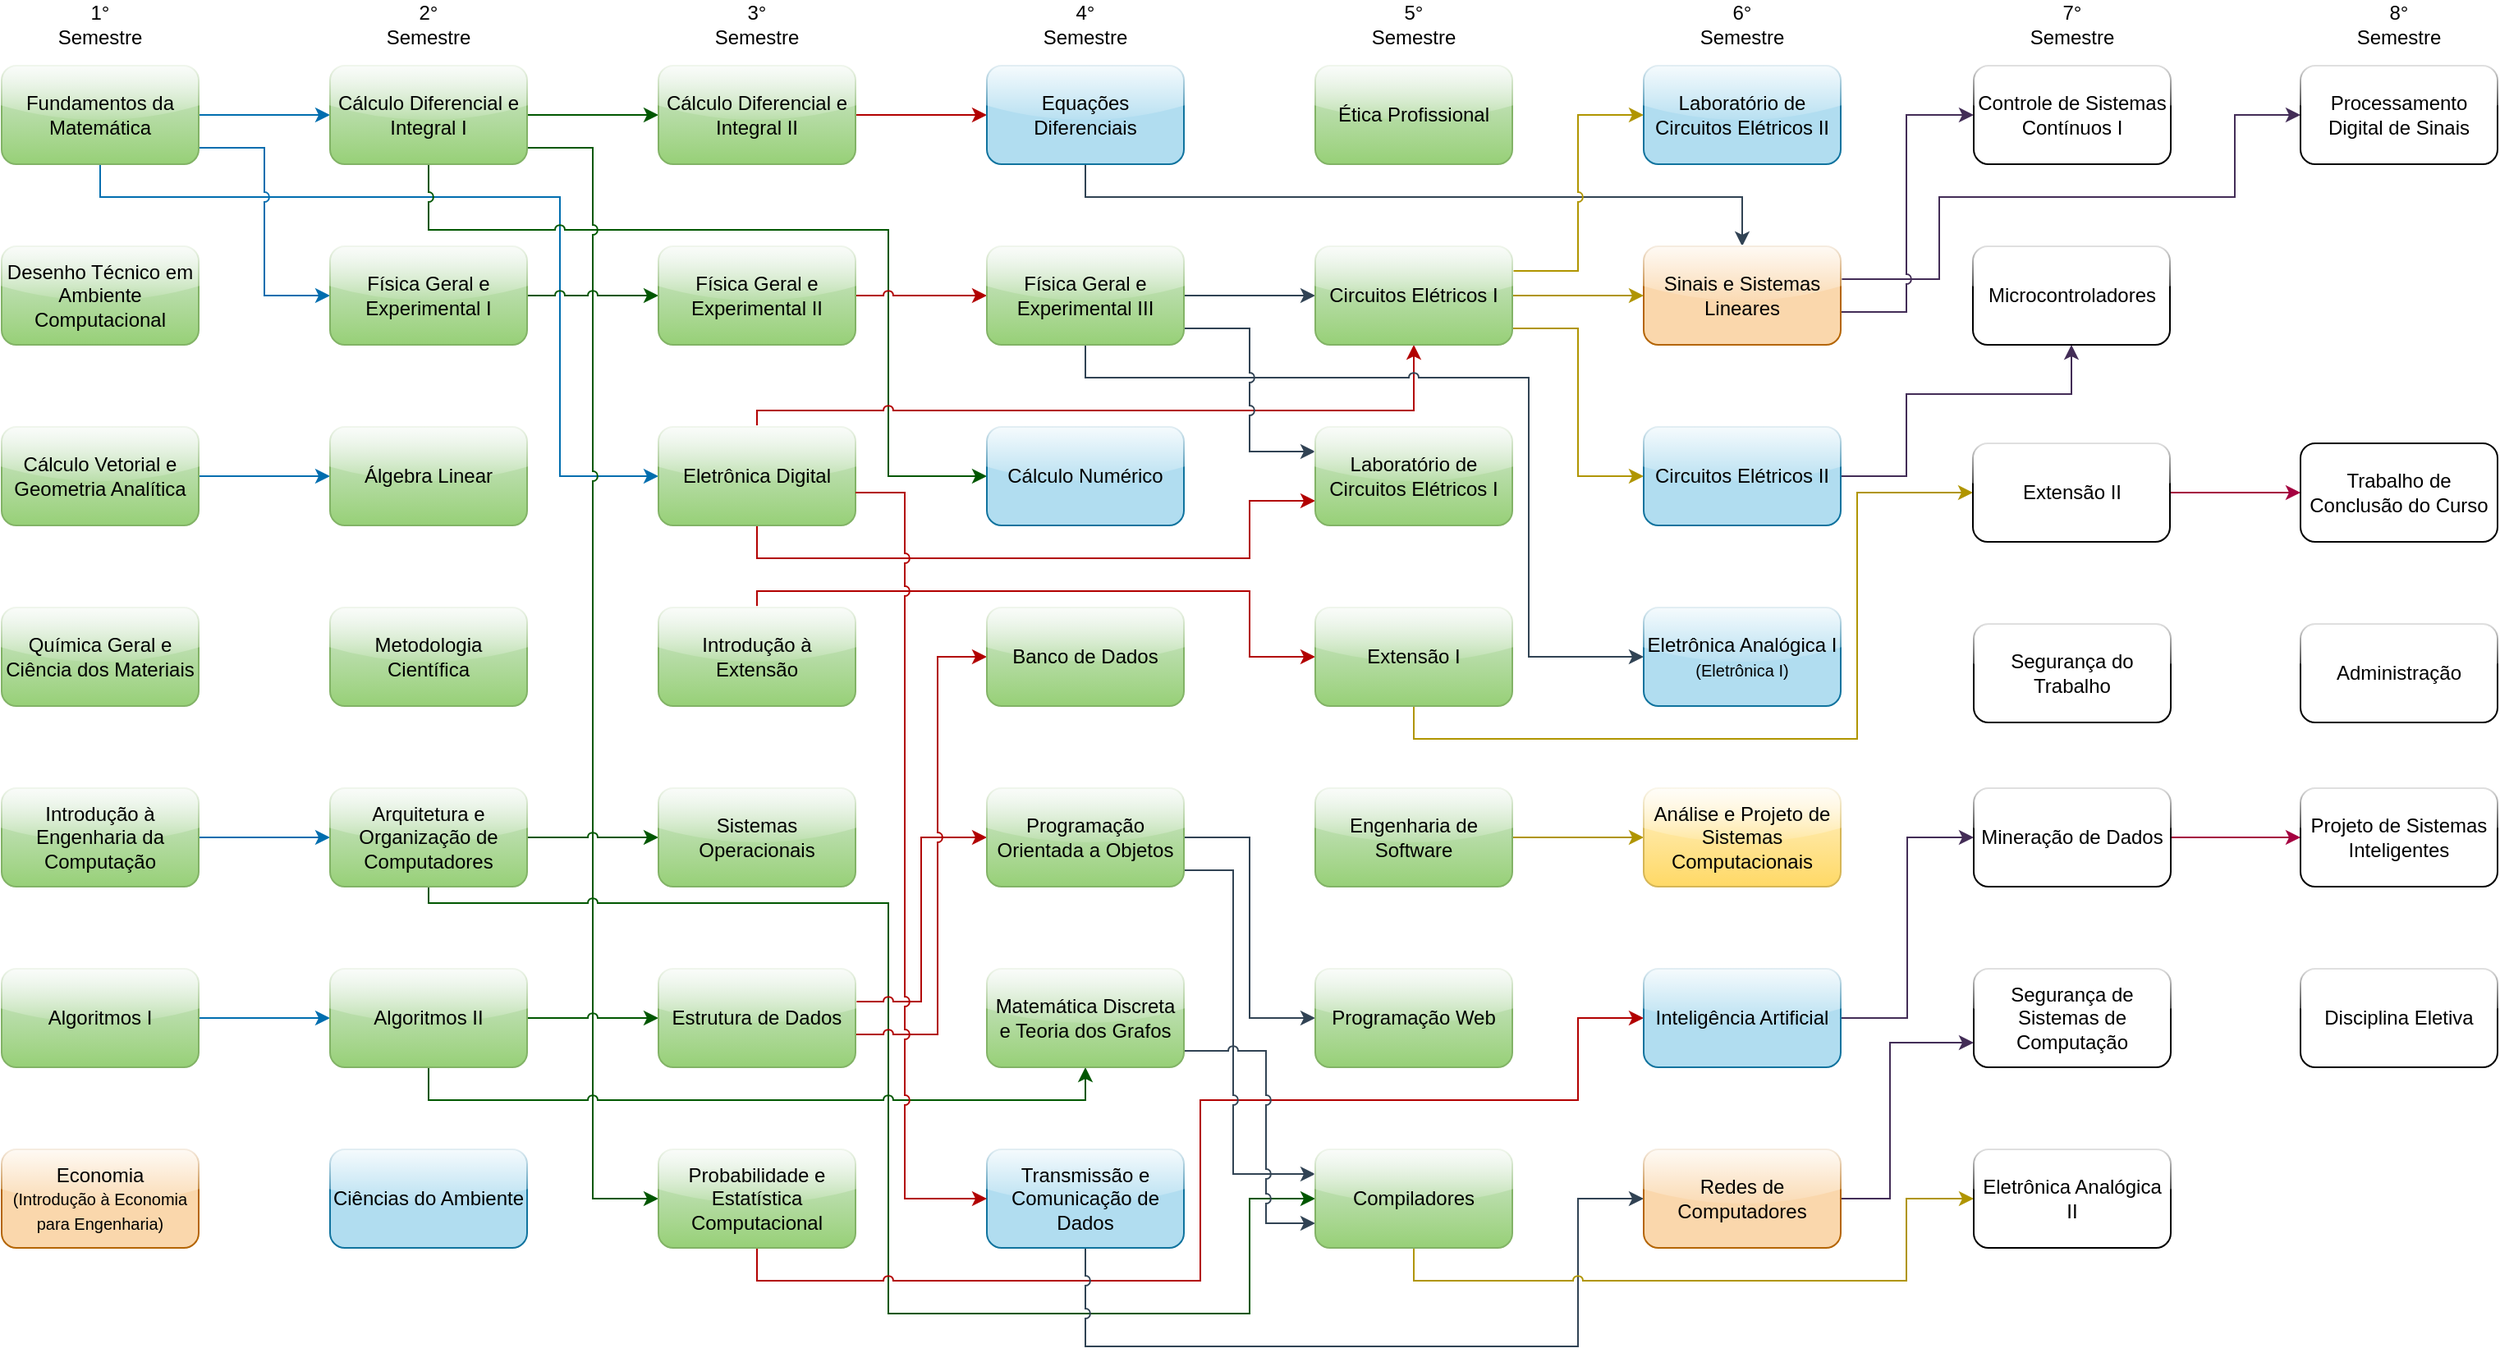
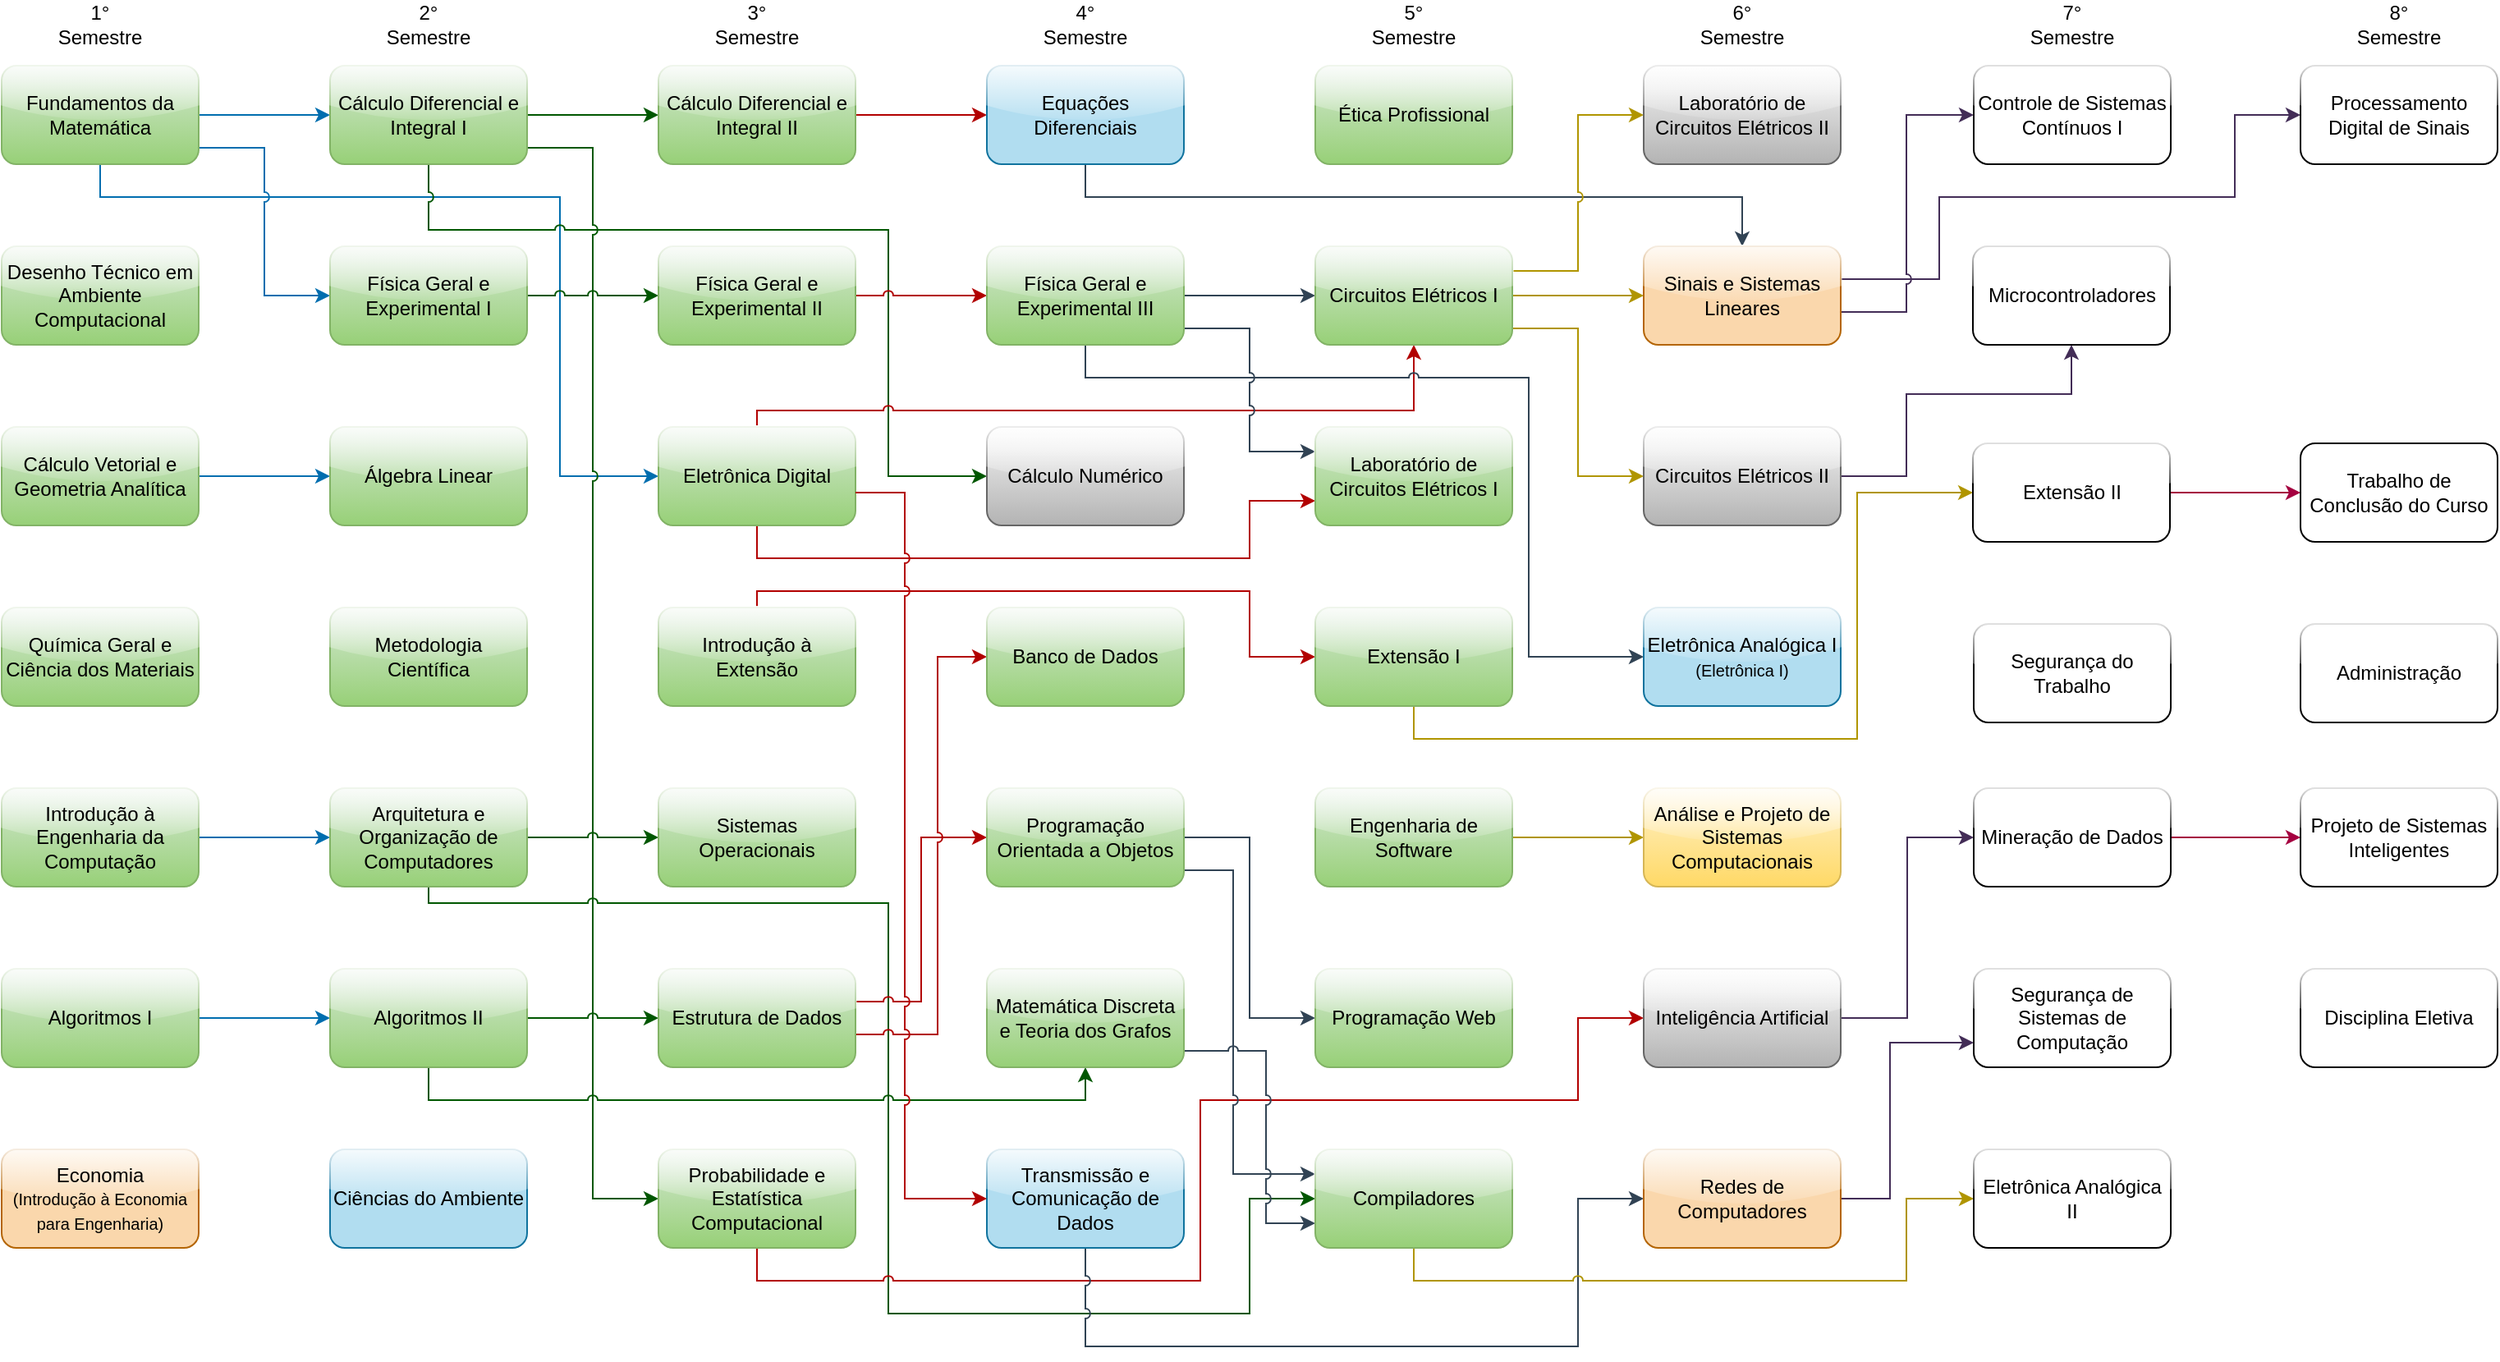
- <mxfile host="app.diagrams.net" agent="Mozilla/5.0 (Windows NT 10.0; Win64; x64; rv:148.0) Gecko/20100101 Firefox/148.0" version="29.3.8">
+ <mxfile host="app.diagrams.net" agent="Mozilla/5.0 (Windows NT 10.0; Win64; x64; rv:148.0) Gecko/20100101 Firefox/148.0">
  <diagram name="Página-1" id="1_IcvphOG9MH5CT4vIaf">
-     <mxGraphModel dx="443" dy="236" grid="1" gridSize="10" guides="1" tooltips="1" connect="1" arrows="1" fold="1" page="1" pageScale="1" pageWidth="827" pageHeight="1169" math="0" shadow="0">
+     <mxGraphModel dx="1574" dy="1014" grid="1" gridSize="10" guides="1" tooltips="1" connect="1" arrows="1" fold="1" page="1" pageScale="1" pageWidth="827" pageHeight="1169" math="0" shadow="0">
      <root>
        <mxCell id="0" />
        <mxCell id="1" parent="0" />
        <mxCell id="4kvXDWAPBxVA_NMJ1HBV-61" edge="1" parent="1" source="4kvXDWAPBxVA_NMJ1HBV-2" style="edgeStyle=orthogonalEdgeStyle;rounded=0;orthogonalLoop=1;jettySize=auto;html=1;entryX=0;entryY=0.5;entryDx=0;entryDy=0;fillColor=#1ba1e2;strokeColor=#006EAF;" target="4kvXDWAPBxVA_NMJ1HBV-9">
          <mxGeometry relative="1" as="geometry" />
        </mxCell>
        <mxCell id="4kvXDWAPBxVA_NMJ1HBV-62" edge="1" parent="1" source="4kvXDWAPBxVA_NMJ1HBV-2" style="edgeStyle=orthogonalEdgeStyle;rounded=0;orthogonalLoop=1;jettySize=auto;html=1;entryX=0;entryY=0.5;entryDx=0;entryDy=0;jumpStyle=arc;fillColor=#1ba1e2;strokeColor=#006EAF;" target="4kvXDWAPBxVA_NMJ1HBV-17">
          <mxGeometry relative="1" as="geometry">
            <Array as="points">
              <mxPoint x="100" y="370" />
              <mxPoint x="380" y="370" />
              <mxPoint x="380" y="540" />
            </Array>
          </mxGeometry>
        </mxCell>
        <mxCell id="4kvXDWAPBxVA_NMJ1HBV-63" edge="1" parent="1" source="4kvXDWAPBxVA_NMJ1HBV-2" style="edgeStyle=orthogonalEdgeStyle;rounded=0;orthogonalLoop=1;jettySize=auto;html=1;entryX=0;entryY=0.5;entryDx=0;entryDy=0;jumpStyle=arc;fillColor=#1ba1e2;strokeColor=#006EAF;" target="4kvXDWAPBxVA_NMJ1HBV-10">
          <mxGeometry relative="1" as="geometry">
            <Array as="points">
              <mxPoint x="200" y="340" />
              <mxPoint x="200" y="430" />
            </Array>
          </mxGeometry>
        </mxCell>
        <mxCell id="4kvXDWAPBxVA_NMJ1HBV-64" edge="1" parent="1" source="4kvXDWAPBxVA_NMJ1HBV-4" style="edgeStyle=orthogonalEdgeStyle;rounded=0;orthogonalLoop=1;jettySize=auto;html=1;entryX=0;entryY=0.5;entryDx=0;entryDy=0;fillColor=#1ba1e2;strokeColor=#006EAF;" target="4kvXDWAPBxVA_NMJ1HBV-11">
          <mxGeometry relative="1" as="geometry" />
        </mxCell>
        <mxCell id="4kvXDWAPBxVA_NMJ1HBV-65" edge="1" parent="1" source="4kvXDWAPBxVA_NMJ1HBV-6" style="edgeStyle=orthogonalEdgeStyle;rounded=0;orthogonalLoop=1;jettySize=auto;html=1;entryX=0;entryY=0.5;entryDx=0;entryDy=0;fillColor=#1ba1e2;strokeColor=#006EAF;" target="4kvXDWAPBxVA_NMJ1HBV-13">
          <mxGeometry relative="1" as="geometry" />
        </mxCell>
        <mxCell id="4kvXDWAPBxVA_NMJ1HBV-66" edge="1" parent="1" source="4kvXDWAPBxVA_NMJ1HBV-7" style="edgeStyle=orthogonalEdgeStyle;rounded=0;orthogonalLoop=1;jettySize=auto;html=1;entryX=0;entryY=0.5;entryDx=0;entryDy=0;fillColor=#1ba1e2;strokeColor=#006EAF;" target="4kvXDWAPBxVA_NMJ1HBV-14">
          <mxGeometry relative="1" as="geometry" />
        </mxCell>
        <mxCell id="4kvXDWAPBxVA_NMJ1HBV-67" edge="1" parent="1" source="4kvXDWAPBxVA_NMJ1HBV-9" style="edgeStyle=orthogonalEdgeStyle;rounded=0;orthogonalLoop=1;jettySize=auto;html=1;entryX=0;entryY=0.5;entryDx=0;entryDy=0;fillColor=#008a00;strokeColor=#005700;" target="4kvXDWAPBxVA_NMJ1HBV-22">
          <mxGeometry relative="1" as="geometry" />
        </mxCell>
        <mxCell id="4kvXDWAPBxVA_NMJ1HBV-68" edge="1" parent="1" source="4kvXDWAPBxVA_NMJ1HBV-9" style="edgeStyle=orthogonalEdgeStyle;rounded=0;orthogonalLoop=1;jettySize=auto;html=1;entryX=0;entryY=0.5;entryDx=0;entryDy=0;fillColor=#008a00;strokeColor=#005700;jumpStyle=arc;" target="4kvXDWAPBxVA_NMJ1HBV-25">
          <mxGeometry relative="1" as="geometry">
            <Array as="points">
              <mxPoint x="300" y="390" />
              <mxPoint x="580" y="390" />
              <mxPoint x="580" y="540" />
            </Array>
          </mxGeometry>
        </mxCell>
        <mxCell id="4kvXDWAPBxVA_NMJ1HBV-69" edge="1" parent="1" source="4kvXDWAPBxVA_NMJ1HBV-9" style="edgeStyle=orthogonalEdgeStyle;rounded=0;orthogonalLoop=1;jettySize=auto;html=1;entryX=0;entryY=0.5;entryDx=0;entryDy=0;fillColor=#008a00;strokeColor=#005700;jumpStyle=arc;" target="4kvXDWAPBxVA_NMJ1HBV-21">
          <mxGeometry relative="1" as="geometry">
            <Array as="points">
              <mxPoint x="400" y="340" />
              <mxPoint x="400" y="980" />
            </Array>
          </mxGeometry>
        </mxCell>
        <mxCell id="4kvXDWAPBxVA_NMJ1HBV-70" edge="1" parent="1" source="4kvXDWAPBxVA_NMJ1HBV-10" style="edgeStyle=orthogonalEdgeStyle;rounded=0;orthogonalLoop=1;jettySize=auto;html=1;entryX=0;entryY=0.5;entryDx=0;entryDy=0;fillColor=#008a00;strokeColor=#005700;jumpStyle=arc;" target="4kvXDWAPBxVA_NMJ1HBV-16">
          <mxGeometry relative="1" as="geometry" />
        </mxCell>
        <mxCell id="4kvXDWAPBxVA_NMJ1HBV-71" edge="1" parent="1" source="4kvXDWAPBxVA_NMJ1HBV-13" style="edgeStyle=orthogonalEdgeStyle;rounded=0;orthogonalLoop=1;jettySize=auto;html=1;entryX=0;entryY=0.5;entryDx=0;entryDy=0;fillColor=#008a00;strokeColor=#005700;jumpStyle=arc;" target="4kvXDWAPBxVA_NMJ1HBV-19">
          <mxGeometry relative="1" as="geometry" />
        </mxCell>
        <mxCell id="4kvXDWAPBxVA_NMJ1HBV-72" edge="1" parent="1" style="edgeStyle=orthogonalEdgeStyle;rounded=0;orthogonalLoop=1;jettySize=auto;html=1;entryX=0;entryY=0.5;entryDx=0;entryDy=0;fillColor=#008a00;strokeColor=#005700;jumpStyle=arc;" target="4kvXDWAPBxVA_NMJ1HBV-36">
          <mxGeometry relative="1" as="geometry">
            <Array as="points">
              <mxPoint x="300" y="800" />
              <mxPoint x="580" y="800" />
              <mxPoint x="580" y="1050" />
              <mxPoint x="800" y="1050" />
              <mxPoint x="800" y="980" />
            </Array>
            <mxPoint x="299.99999999999994" y="780" as="sourcePoint" />
            <mxPoint x="840" y="970" as="targetPoint" />
          </mxGeometry>
        </mxCell>
        <mxCell id="4kvXDWAPBxVA_NMJ1HBV-73" edge="1" parent="1" source="4kvXDWAPBxVA_NMJ1HBV-14" style="edgeStyle=orthogonalEdgeStyle;rounded=0;orthogonalLoop=1;jettySize=auto;html=1;fillColor=#008a00;strokeColor=#005700;jumpStyle=arc;" target="4kvXDWAPBxVA_NMJ1HBV-20">
          <mxGeometry relative="1" as="geometry" />
        </mxCell>
        <mxCell id="XGP6w65IYmNDbE1TMmtb-1" edge="1" parent="1" source="4kvXDWAPBxVA_NMJ1HBV-14" style="edgeStyle=orthogonalEdgeStyle;rounded=0;orthogonalLoop=1;jettySize=auto;html=1;entryX=0.5;entryY=1;entryDx=0;entryDy=0;fillColor=#008a00;strokeColor=#005700;jumpStyle=arc;" target="4kvXDWAPBxVA_NMJ1HBV-28">
          <mxGeometry relative="1" as="geometry">
            <Array as="points">
              <mxPoint x="300" y="920" />
              <mxPoint x="700" y="920" />
            </Array>
          </mxGeometry>
        </mxCell>
        <mxCell id="4kvXDWAPBxVA_NMJ1HBV-75" edge="1" parent="1" source="4kvXDWAPBxVA_NMJ1HBV-16" style="edgeStyle=orthogonalEdgeStyle;rounded=0;orthogonalLoop=1;jettySize=auto;html=1;entryX=0;entryY=0.5;entryDx=0;entryDy=0;fillColor=#e51400;strokeColor=#B20000;jumpStyle=arc;" target="4kvXDWAPBxVA_NMJ1HBV-24">
          <mxGeometry relative="1" as="geometry" />
        </mxCell>
        <mxCell id="4kvXDWAPBxVA_NMJ1HBV-76" edge="1" parent="1" source="4kvXDWAPBxVA_NMJ1HBV-17" style="edgeStyle=orthogonalEdgeStyle;rounded=0;orthogonalLoop=1;jettySize=auto;html=1;entryX=0.5;entryY=1;entryDx=0;entryDy=0;fillColor=#e51400;strokeColor=#B20000;jumpStyle=arc;" target="4kvXDWAPBxVA_NMJ1HBV-31">
          <mxGeometry relative="1" as="geometry">
            <Array as="points">
              <mxPoint x="500" y="500" />
              <mxPoint x="900" y="500" />
            </Array>
          </mxGeometry>
        </mxCell>
        <mxCell id="4kvXDWAPBxVA_NMJ1HBV-77" edge="1" parent="1" source="4kvXDWAPBxVA_NMJ1HBV-17" style="edgeStyle=orthogonalEdgeStyle;rounded=0;orthogonalLoop=1;jettySize=auto;html=1;entryX=0;entryY=0.75;entryDx=0;entryDy=0;fillColor=#e51400;strokeColor=#B20000;jumpStyle=arc;" target="4kvXDWAPBxVA_NMJ1HBV-32">
          <mxGeometry relative="1" as="geometry">
            <Array as="points">
              <mxPoint x="500" y="590" />
              <mxPoint x="800" y="590" />
              <mxPoint x="800" y="555" />
            </Array>
          </mxGeometry>
        </mxCell>
        <mxCell id="4kvXDWAPBxVA_NMJ1HBV-78" edge="1" parent="1" source="4kvXDWAPBxVA_NMJ1HBV-18" style="edgeStyle=orthogonalEdgeStyle;rounded=0;orthogonalLoop=1;jettySize=auto;html=1;entryX=0;entryY=0.5;entryDx=0;entryDy=0;fillColor=#e51400;strokeColor=#B20000;jumpStyle=arc;" target="4kvXDWAPBxVA_NMJ1HBV-33">
          <mxGeometry relative="1" as="geometry">
            <Array as="points">
              <mxPoint x="500" y="610" />
              <mxPoint x="800" y="610" />
              <mxPoint x="800" y="650" />
            </Array>
          </mxGeometry>
        </mxCell>
        <mxCell id="4kvXDWAPBxVA_NMJ1HBV-79" edge="1" parent="1" source="4kvXDWAPBxVA_NMJ1HBV-20" style="edgeStyle=orthogonalEdgeStyle;rounded=0;orthogonalLoop=1;jettySize=auto;html=1;entryX=0;entryY=0.5;entryDx=0;entryDy=0;fillColor=#e51400;strokeColor=#B20000;jumpStyle=arc;" target="4kvXDWAPBxVA_NMJ1HBV-27">
          <mxGeometry relative="1" as="geometry">
            <Array as="points">
              <mxPoint x="600" y="860" />
              <mxPoint x="600" y="760" />
            </Array>
          </mxGeometry>
        </mxCell>
        <mxCell id="4kvXDWAPBxVA_NMJ1HBV-80" edge="1" parent="1" source="4kvXDWAPBxVA_NMJ1HBV-20" style="edgeStyle=orthogonalEdgeStyle;rounded=0;orthogonalLoop=1;jettySize=auto;html=1;entryX=0;entryY=0.5;entryDx=0;entryDy=0;jumpStyle=arc;fillColor=#e51400;strokeColor=#B20000;" target="4kvXDWAPBxVA_NMJ1HBV-26">
          <mxGeometry relative="1" as="geometry">
            <Array as="points">
              <mxPoint x="610" y="880" />
              <mxPoint x="610" y="650" />
            </Array>
          </mxGeometry>
        </mxCell>
        <mxCell id="4kvXDWAPBxVA_NMJ1HBV-81" edge="1" parent="1" source="4kvXDWAPBxVA_NMJ1HBV-21" style="edgeStyle=orthogonalEdgeStyle;rounded=0;orthogonalLoop=1;jettySize=auto;html=1;entryX=0;entryY=0.5;entryDx=0;entryDy=0;jumpStyle=arc;fillColor=#e51400;strokeColor=#B20000;" target="4kvXDWAPBxVA_NMJ1HBV-42">
          <mxGeometry relative="1" as="geometry">
            <Array as="points">
              <mxPoint x="500" y="1030" />
              <mxPoint x="770" y="1030" />
              <mxPoint x="770" y="920" />
              <mxPoint x="1000" y="920" />
              <mxPoint x="1000" y="870" />
            </Array>
          </mxGeometry>
        </mxCell>
        <mxCell id="4kvXDWAPBxVA_NMJ1HBV-74" edge="1" parent="1" source="4kvXDWAPBxVA_NMJ1HBV-22" style="edgeStyle=orthogonalEdgeStyle;rounded=0;orthogonalLoop=1;jettySize=auto;html=1;entryX=0;entryY=0.5;entryDx=0;entryDy=0;fillColor=#e51400;strokeColor=#B20000;" target="4kvXDWAPBxVA_NMJ1HBV-23">
          <mxGeometry relative="1" as="geometry" />
        </mxCell>
        <mxCell id="4kvXDWAPBxVA_NMJ1HBV-92" edge="1" parent="1" source="4kvXDWAPBxVA_NMJ1HBV-23" style="edgeStyle=orthogonalEdgeStyle;rounded=0;orthogonalLoop=1;jettySize=auto;html=1;entryX=0.5;entryY=0;entryDx=0;entryDy=0;fillColor=#647687;strokeColor=#314354;jumpStyle=arc;" target="4kvXDWAPBxVA_NMJ1HBV-38">
          <mxGeometry relative="1" as="geometry">
            <Array as="points">
              <mxPoint x="700" y="370" />
              <mxPoint x="1100" y="370" />
            </Array>
          </mxGeometry>
        </mxCell>
        <mxCell id="4kvXDWAPBxVA_NMJ1HBV-83" edge="1" parent="1" source="4kvXDWAPBxVA_NMJ1HBV-24" style="edgeStyle=orthogonalEdgeStyle;rounded=0;orthogonalLoop=1;jettySize=auto;html=1;entryX=0;entryY=0.5;entryDx=0;entryDy=0;fillColor=#647687;strokeColor=#314354;jumpStyle=arc;" target="4kvXDWAPBxVA_NMJ1HBV-31">
          <mxGeometry relative="1" as="geometry" />
        </mxCell>
        <mxCell id="4kvXDWAPBxVA_NMJ1HBV-84" edge="1" parent="1" source="4kvXDWAPBxVA_NMJ1HBV-24" style="edgeStyle=orthogonalEdgeStyle;rounded=0;orthogonalLoop=1;jettySize=auto;html=1;entryX=0;entryY=0.5;entryDx=0;entryDy=0;jumpStyle=arc;fillColor=#647687;strokeColor=#314354;" target="4kvXDWAPBxVA_NMJ1HBV-40">
          <mxGeometry relative="1" as="geometry">
            <Array as="points">
              <mxPoint x="700" y="480" />
              <mxPoint x="970" y="480" />
              <mxPoint x="970" y="650" />
            </Array>
          </mxGeometry>
        </mxCell>
        <mxCell id="4kvXDWAPBxVA_NMJ1HBV-85" edge="1" parent="1" source="4kvXDWAPBxVA_NMJ1HBV-24" style="edgeStyle=orthogonalEdgeStyle;rounded=0;orthogonalLoop=1;jettySize=auto;html=1;entryX=0;entryY=0.25;entryDx=0;entryDy=0;jumpStyle=arc;fillColor=#647687;strokeColor=#314354;" target="4kvXDWAPBxVA_NMJ1HBV-32">
          <mxGeometry relative="1" as="geometry">
            <Array as="points">
              <mxPoint x="800" y="450" />
              <mxPoint x="800" y="525" />
            </Array>
          </mxGeometry>
        </mxCell>
        <mxCell id="4kvXDWAPBxVA_NMJ1HBV-86" edge="1" parent="1" source="4kvXDWAPBxVA_NMJ1HBV-27" style="edgeStyle=orthogonalEdgeStyle;rounded=0;orthogonalLoop=1;jettySize=auto;html=1;entryX=0;entryY=0.5;entryDx=0;entryDy=0;fillColor=#647687;strokeColor=#314354;jumpStyle=arc;" target="4kvXDWAPBxVA_NMJ1HBV-35">
          <mxGeometry relative="1" as="geometry" />
        </mxCell>
        <mxCell id="4kvXDWAPBxVA_NMJ1HBV-87" edge="1" parent="1" source="4kvXDWAPBxVA_NMJ1HBV-27" style="edgeStyle=orthogonalEdgeStyle;rounded=0;orthogonalLoop=1;jettySize=auto;html=1;entryX=0;entryY=0.25;entryDx=0;entryDy=0;jumpStyle=arc;fillColor=#647687;strokeColor=#314354;" target="4kvXDWAPBxVA_NMJ1HBV-36">
          <mxGeometry relative="1" as="geometry">
            <Array as="points">
              <mxPoint x="790" y="780" />
              <mxPoint x="790" y="965" />
            </Array>
          </mxGeometry>
        </mxCell>
        <mxCell id="4kvXDWAPBxVA_NMJ1HBV-88" edge="1" parent="1" source="4kvXDWAPBxVA_NMJ1HBV-28" style="edgeStyle=orthogonalEdgeStyle;rounded=0;orthogonalLoop=1;jettySize=auto;html=1;entryX=0;entryY=0.75;entryDx=0;entryDy=0;jumpStyle=arc;fillColor=#647687;strokeColor=#314354;" target="4kvXDWAPBxVA_NMJ1HBV-36">
          <mxGeometry relative="1" as="geometry">
            <Array as="points">
              <mxPoint x="810" y="890" />
              <mxPoint x="810" y="995" />
            </Array>
          </mxGeometry>
        </mxCell>
        <mxCell id="XGP6w65IYmNDbE1TMmtb-2" edge="1" parent="1" source="4kvXDWAPBxVA_NMJ1HBV-29" style="edgeStyle=orthogonalEdgeStyle;rounded=0;orthogonalLoop=1;jettySize=auto;html=1;entryX=0;entryY=0.5;entryDx=0;entryDy=0;jumpStyle=arc;fillColor=#647687;strokeColor=#314354;" target="4kvXDWAPBxVA_NMJ1HBV-43">
          <mxGeometry relative="1" as="geometry">
            <Array as="points">
              <mxPoint x="700" y="1070" />
              <mxPoint x="1000" y="1070" />
              <mxPoint x="1000" y="980" />
            </Array>
          </mxGeometry>
        </mxCell>
        <mxCell id="4kvXDWAPBxVA_NMJ1HBV-89" edge="1" parent="1" source="4kvXDWAPBxVA_NMJ1HBV-31" style="edgeStyle=orthogonalEdgeStyle;rounded=0;orthogonalLoop=1;jettySize=auto;html=1;fillColor=#e3c800;strokeColor=#B09500;jumpStyle=arc;entryX=0;entryY=0.5;entryDx=0;entryDy=0;" target="4kvXDWAPBxVA_NMJ1HBV-38">
          <mxGeometry relative="1" as="geometry">
            <Array as="points">
              <mxPoint x="1030" y="430" />
              <mxPoint x="1030" y="430" />
            </Array>
            <mxPoint x="1030" y="370" as="targetPoint" />
          </mxGeometry>
        </mxCell>
        <mxCell id="4kvXDWAPBxVA_NMJ1HBV-93" edge="1" parent="1" source="4kvXDWAPBxVA_NMJ1HBV-31" style="edgeStyle=orthogonalEdgeStyle;rounded=0;orthogonalLoop=1;jettySize=auto;html=1;entryX=0;entryY=0.5;entryDx=0;entryDy=0;fillColor=#e3c800;strokeColor=#B09500;jumpStyle=arc;exitX=1;exitY=0.25;exitDx=0;exitDy=0;" target="4kvXDWAPBxVA_NMJ1HBV-37">
          <mxGeometry relative="1" as="geometry">
            <Array as="points">
              <mxPoint x="1000" y="415" />
              <mxPoint x="1000" y="320" />
            </Array>
          </mxGeometry>
        </mxCell>
        <mxCell id="4kvXDWAPBxVA_NMJ1HBV-94" edge="1" parent="1" source="4kvXDWAPBxVA_NMJ1HBV-31" style="edgeStyle=orthogonalEdgeStyle;rounded=0;orthogonalLoop=1;jettySize=auto;html=1;entryX=0;entryY=0.5;entryDx=0;entryDy=0;fillColor=#e3c800;strokeColor=#B09500;jumpStyle=arc;" target="4kvXDWAPBxVA_NMJ1HBV-39">
          <mxGeometry relative="1" as="geometry">
            <Array as="points">
              <mxPoint x="1000" y="450" />
              <mxPoint x="1000" y="540" />
            </Array>
          </mxGeometry>
        </mxCell>
        <mxCell id="4kvXDWAPBxVA_NMJ1HBV-95" edge="1" parent="1" source="4kvXDWAPBxVA_NMJ1HBV-33" style="edgeStyle=orthogonalEdgeStyle;rounded=0;orthogonalLoop=1;jettySize=auto;html=1;entryX=0;entryY=0.5;entryDx=0;entryDy=0;fillColor=#e3c800;strokeColor=#B09500;jumpStyle=arc;" target="4kvXDWAPBxVA_NMJ1HBV-46">
          <mxGeometry relative="1" as="geometry">
            <Array as="points">
              <mxPoint x="900" y="700" />
              <mxPoint x="1170" y="700" />
              <mxPoint x="1170" y="550" />
            </Array>
          </mxGeometry>
        </mxCell>
        <mxCell id="4kvXDWAPBxVA_NMJ1HBV-105" edge="1" parent="1" source="4kvXDWAPBxVA_NMJ1HBV-34" style="edgeStyle=orthogonalEdgeStyle;rounded=0;orthogonalLoop=1;jettySize=auto;html=1;entryX=0;entryY=0.5;entryDx=0;entryDy=0;fillColor=#e3c800;strokeColor=#B09500;jumpStyle=arc;" target="4kvXDWAPBxVA_NMJ1HBV-41">
          <mxGeometry relative="1" as="geometry" />
        </mxCell>
        <mxCell id="4kvXDWAPBxVA_NMJ1HBV-96" edge="1" parent="1" source="4kvXDWAPBxVA_NMJ1HBV-36" style="edgeStyle=orthogonalEdgeStyle;rounded=0;orthogonalLoop=1;jettySize=auto;html=1;entryX=0;entryY=0.5;entryDx=0;entryDy=0;fillColor=#e3c800;strokeColor=#B09500;jumpStyle=arc;" target="4kvXDWAPBxVA_NMJ1HBV-50">
          <mxGeometry relative="1" as="geometry">
            <Array as="points">
              <mxPoint x="900" y="1030" />
              <mxPoint x="1200" y="1030" />
              <mxPoint x="1200" y="980" />
            </Array>
          </mxGeometry>
        </mxCell>
        <mxCell id="4kvXDWAPBxVA_NMJ1HBV-101" edge="1" parent="1" source="4kvXDWAPBxVA_NMJ1HBV-38" style="edgeStyle=orthogonalEdgeStyle;rounded=0;orthogonalLoop=1;jettySize=auto;html=1;entryX=0;entryY=0.5;entryDx=0;entryDy=0;jumpStyle=arc;fillColor=#76608a;strokeColor=#432D57;" target="4kvXDWAPBxVA_NMJ1HBV-51">
          <mxGeometry relative="1" as="geometry">
            <Array as="points">
              <mxPoint x="1220" y="420" />
              <mxPoint x="1220" y="370" />
              <mxPoint x="1400" y="370" />
              <mxPoint x="1400" y="320" />
            </Array>
          </mxGeometry>
        </mxCell>
        <mxCell id="4kvXDWAPBxVA_NMJ1HBV-104" edge="1" parent="1" source="4kvXDWAPBxVA_NMJ1HBV-38" style="edgeStyle=orthogonalEdgeStyle;rounded=0;orthogonalLoop=1;jettySize=auto;html=1;entryX=0;entryY=0.5;entryDx=0;entryDy=0;fillColor=#76608a;strokeColor=#432D57;jumpStyle=arc;" target="4kvXDWAPBxVA_NMJ1HBV-44">
          <mxGeometry relative="1" as="geometry">
            <Array as="points">
              <mxPoint x="1200" y="440" />
              <mxPoint x="1200" y="320" />
            </Array>
          </mxGeometry>
        </mxCell>
        <mxCell id="4kvXDWAPBxVA_NMJ1HBV-100" edge="1" parent="1" source="4kvXDWAPBxVA_NMJ1HBV-39" style="edgeStyle=orthogonalEdgeStyle;rounded=0;orthogonalLoop=1;jettySize=auto;html=1;entryX=0.5;entryY=1;entryDx=0;entryDy=0;fillColor=#76608a;strokeColor=#432D57;jumpStyle=arc;" target="4kvXDWAPBxVA_NMJ1HBV-45">
          <mxGeometry relative="1" as="geometry">
            <Array as="points">
              <mxPoint x="1200" y="540" />
              <mxPoint x="1200" y="490" />
              <mxPoint x="1301" y="490" />
            </Array>
          </mxGeometry>
        </mxCell>
        <mxCell id="4kvXDWAPBxVA_NMJ1HBV-99" edge="1" parent="1" source="4kvXDWAPBxVA_NMJ1HBV-42" style="edgeStyle=orthogonalEdgeStyle;rounded=0;orthogonalLoop=1;jettySize=auto;html=1;entryX=0;entryY=0.5;entryDx=0;entryDy=0;fillColor=#76608a;strokeColor=#432D57;jumpStyle=arc;" target="4kvXDWAPBxVA_NMJ1HBV-48">
          <mxGeometry relative="1" as="geometry" />
        </mxCell>
        <mxCell id="4kvXDWAPBxVA_NMJ1HBV-97" edge="1" parent="1" source="4kvXDWAPBxVA_NMJ1HBV-43" style="edgeStyle=orthogonalEdgeStyle;rounded=0;orthogonalLoop=1;jettySize=auto;html=1;fillColor=#76608a;strokeColor=#432D57;jumpStyle=arc;entryX=0;entryY=0.75;entryDx=0;entryDy=0;exitX=1;exitY=0.5;exitDx=0;exitDy=0;" target="4kvXDWAPBxVA_NMJ1HBV-49">
          <mxGeometry relative="1" as="geometry">
            <Array as="points">
              <mxPoint x="1190" y="980" />
              <mxPoint x="1190" y="885" />
            </Array>
            <mxPoint x="1240" y="900" as="targetPoint" />
          </mxGeometry>
        </mxCell>
        <mxCell id="4kvXDWAPBxVA_NMJ1HBV-102" edge="1" parent="1" source="4kvXDWAPBxVA_NMJ1HBV-46" style="edgeStyle=orthogonalEdgeStyle;rounded=0;orthogonalLoop=1;jettySize=auto;html=1;entryX=0;entryY=0.5;entryDx=0;entryDy=0;fillColor=#d80073;strokeColor=#A50040;" target="4kvXDWAPBxVA_NMJ1HBV-52">
          <mxGeometry relative="1" as="geometry" />
        </mxCell>
        <mxCell id="4kvXDWAPBxVA_NMJ1HBV-103" edge="1" parent="1" source="4kvXDWAPBxVA_NMJ1HBV-48" style="edgeStyle=orthogonalEdgeStyle;rounded=0;orthogonalLoop=1;jettySize=auto;html=1;entryX=0;entryY=0.5;entryDx=0;entryDy=0;fillColor=#d80073;strokeColor=#A50040;" target="4kvXDWAPBxVA_NMJ1HBV-54">
          <mxGeometry relative="1" as="geometry" />
        </mxCell>
        <mxCell id="XGP6w65IYmNDbE1TMmtb-12" parent="1" style="text;strokeColor=none;align=center;fillColor=none;html=1;verticalAlign=middle;whiteSpace=wrap;rounded=0;" value="&lt;div&gt;8° Semestre&lt;/div&gt;" vertex="1">
          <mxGeometry height="30" width="60" x="1470" y="250" as="geometry" />
        </mxCell>
        <mxCell id="XGP6w65IYmNDbE1TMmtb-13" connectable="0" parent="1" style="group" value="" vertex="1">
          <mxGeometry height="760" width="120" x="40" y="250" as="geometry" />
        </mxCell>
        <mxCell id="XGP6w65IYmNDbE1TMmtb-5" parent="XGP6w65IYmNDbE1TMmtb-13" style="text;strokeColor=none;align=center;fillColor=none;html=1;verticalAlign=middle;whiteSpace=wrap;rounded=0;" value="1° Semestre" vertex="1">
          <mxGeometry height="30" width="60" x="30" as="geometry" />
        </mxCell>
        <mxCell id="4kvXDWAPBxVA_NMJ1HBV-2" parent="XGP6w65IYmNDbE1TMmtb-13" style="rounded=1;whiteSpace=wrap;html=1;glass=1;shadow=0;fillColor=#d5e8d4;strokeColor=#82b366;gradientColor=#97d077;" value="Fundamentos da Matemática" vertex="1">
          <mxGeometry height="60" width="120" y="40" as="geometry" />
        </mxCell>
        <mxCell id="4kvXDWAPBxVA_NMJ1HBV-3" parent="XGP6w65IYmNDbE1TMmtb-13" style="rounded=1;whiteSpace=wrap;html=1;glass=1;fillColor=#d5e8d4;strokeColor=#82b366;gradientColor=#97d077;" value="Desenho Técnico em Ambiente Computacional" vertex="1">
          <mxGeometry height="60" width="120" y="150" as="geometry" />
        </mxCell>
        <mxCell id="4kvXDWAPBxVA_NMJ1HBV-4" parent="XGP6w65IYmNDbE1TMmtb-13" style="rounded=1;whiteSpace=wrap;html=1;glass=1;fillColor=#d5e8d4;strokeColor=#82b366;gradientColor=#97d077;" value="Cálculo Vetorial e Geometria Analítica" vertex="1">
          <mxGeometry height="60" width="120" y="260" as="geometry" />
        </mxCell>
        <mxCell id="4kvXDWAPBxVA_NMJ1HBV-5" parent="XGP6w65IYmNDbE1TMmtb-13" style="rounded=1;whiteSpace=wrap;html=1;glass=1;fillColor=#d5e8d4;strokeColor=#82b366;gradientColor=#97d077;" value="&lt;div&gt;Química Geral e Ciência dos Materiais&lt;/div&gt;" vertex="1">
          <mxGeometry height="60" width="120" y="370" as="geometry" />
        </mxCell>
        <mxCell id="4kvXDWAPBxVA_NMJ1HBV-6" parent="XGP6w65IYmNDbE1TMmtb-13" style="rounded=1;whiteSpace=wrap;html=1;glass=1;fillColor=#d5e8d4;strokeColor=#82b366;gradientColor=#97d077;" value="Introdução à Engenharia da Computação" vertex="1">
          <mxGeometry height="60" width="120" y="480" as="geometry" />
        </mxCell>
        <mxCell id="4kvXDWAPBxVA_NMJ1HBV-7" parent="XGP6w65IYmNDbE1TMmtb-13" style="rounded=1;whiteSpace=wrap;html=1;glass=1;fillColor=#d5e8d4;strokeColor=#82b366;gradientColor=#97d077;" value="Algoritmos I" vertex="1">
          <mxGeometry height="60" width="120" y="590" as="geometry" />
        </mxCell>
        <mxCell id="4kvXDWAPBxVA_NMJ1HBV-8" parent="XGP6w65IYmNDbE1TMmtb-13" style="rounded=1;whiteSpace=wrap;html=1;glass=1;fillColor=#fad7ac;strokeColor=#b46504;" value="Economia&lt;br&gt;&lt;div&gt;&lt;font style=&quot;font-size: 10px;&quot;&gt;(Introdução à Economia para Engenharia)&lt;/font&gt;&lt;/div&gt;" vertex="1">
          <mxGeometry height="60" width="120" y="700" as="geometry" />
        </mxCell>
        <mxCell id="XGP6w65IYmNDbE1TMmtb-14" connectable="0" parent="1" style="group" value="" vertex="1">
          <mxGeometry height="760" width="120" x="240" y="250" as="geometry" />
        </mxCell>
        <mxCell id="4kvXDWAPBxVA_NMJ1HBV-9" parent="XGP6w65IYmNDbE1TMmtb-14" style="rounded=1;whiteSpace=wrap;html=1;glass=1;fillColor=#d5e8d4;strokeColor=#82b366;gradientColor=#97d077;" value="&lt;div&gt;Cálculo Diferencial e Integral I&lt;/div&gt;" vertex="1">
          <mxGeometry height="60" width="120" y="40" as="geometry" />
        </mxCell>
        <mxCell id="4kvXDWAPBxVA_NMJ1HBV-10" parent="XGP6w65IYmNDbE1TMmtb-14" style="rounded=1;whiteSpace=wrap;html=1;glass=1;fillColor=#d5e8d4;strokeColor=#82b366;gradientColor=#97d077;" value="&lt;div&gt;Física Geral e Experimental I&lt;/div&gt;" vertex="1">
          <mxGeometry height="60" width="120" y="150" as="geometry" />
        </mxCell>
        <mxCell id="4kvXDWAPBxVA_NMJ1HBV-11" parent="XGP6w65IYmNDbE1TMmtb-14" style="rounded=1;whiteSpace=wrap;html=1;glass=1;fillColor=#d5e8d4;strokeColor=#82b366;gradientColor=#97d077;" value="Álgebra Linear" vertex="1">
          <mxGeometry height="60" width="120" y="260" as="geometry" />
        </mxCell>
        <mxCell id="4kvXDWAPBxVA_NMJ1HBV-12" parent="XGP6w65IYmNDbE1TMmtb-14" style="rounded=1;whiteSpace=wrap;html=1;glass=1;fillColor=#d5e8d4;strokeColor=#82b366;gradientColor=#97d077;" value="Metodologia Científica" vertex="1">
          <mxGeometry height="60" width="120" y="370" as="geometry" />
        </mxCell>
        <mxCell id="4kvXDWAPBxVA_NMJ1HBV-13" parent="XGP6w65IYmNDbE1TMmtb-14" style="rounded=1;whiteSpace=wrap;html=1;glass=1;fillColor=#d5e8d4;strokeColor=#82b366;gradientColor=#97d077;" value="Arquitetura e Organização de Computadores" vertex="1">
          <mxGeometry height="60" width="120" y="480" as="geometry" />
        </mxCell>
        <mxCell id="4kvXDWAPBxVA_NMJ1HBV-14" parent="XGP6w65IYmNDbE1TMmtb-14" style="rounded=1;whiteSpace=wrap;html=1;glass=1;fillColor=#d5e8d4;strokeColor=#82b366;gradientColor=#97d077;" value="&lt;div&gt;Algoritmos II&lt;/div&gt;" vertex="1">
          <mxGeometry height="60" width="120" y="590" as="geometry" />
        </mxCell>
        <mxCell id="4kvXDWAPBxVA_NMJ1HBV-15" parent="XGP6w65IYmNDbE1TMmtb-14" style="rounded=1;whiteSpace=wrap;html=1;glass=1;fillColor=#b1ddf0;strokeColor=#10739e;" value="&lt;div&gt;Ciências do Ambiente&lt;/div&gt;" vertex="1">
          <mxGeometry height="60" width="120" y="700" as="geometry" />
        </mxCell>
        <mxCell id="XGP6w65IYmNDbE1TMmtb-6" parent="XGP6w65IYmNDbE1TMmtb-14" style="text;strokeColor=none;align=center;fillColor=none;html=1;verticalAlign=middle;whiteSpace=wrap;rounded=0;" value="2° Semestre" vertex="1">
          <mxGeometry height="30" width="60" x="30" as="geometry" />
        </mxCell>
        <mxCell id="XGP6w65IYmNDbE1TMmtb-15" connectable="0" parent="1" style="group" value="" vertex="1">
          <mxGeometry height="760" width="120" x="440" y="250" as="geometry" />
        </mxCell>
        <mxCell id="4kvXDWAPBxVA_NMJ1HBV-16" parent="XGP6w65IYmNDbE1TMmtb-15" style="rounded=1;whiteSpace=wrap;html=1;glass=1;fillColor=#d5e8d4;strokeColor=#82b366;gradientColor=#97d077;" value="&lt;div&gt;Física Geral e Experimental II&lt;/div&gt;" vertex="1">
          <mxGeometry height="60" width="120" y="150" as="geometry" />
        </mxCell>
        <mxCell id="4kvXDWAPBxVA_NMJ1HBV-17" parent="XGP6w65IYmNDbE1TMmtb-15" style="rounded=1;whiteSpace=wrap;html=1;glass=1;fillColor=#d5e8d4;strokeColor=#82b366;gradientColor=#97d077;" value="Eletrônica Digital" vertex="1">
          <mxGeometry height="60" width="120" y="260" as="geometry" />
        </mxCell>
        <mxCell id="4kvXDWAPBxVA_NMJ1HBV-18" parent="XGP6w65IYmNDbE1TMmtb-15" style="rounded=1;whiteSpace=wrap;html=1;glass=1;fillColor=#d5e8d4;strokeColor=#82b366;gradientColor=#97d077;" value="Introdução à Extensão" vertex="1">
          <mxGeometry height="60" width="120" y="370" as="geometry" />
        </mxCell>
        <mxCell id="4kvXDWAPBxVA_NMJ1HBV-19" parent="XGP6w65IYmNDbE1TMmtb-15" style="rounded=1;whiteSpace=wrap;html=1;glass=1;fillColor=#d5e8d4;strokeColor=#82b366;gradientColor=#97d077;" value="Sistemas Operacionais" vertex="1">
          <mxGeometry height="60" width="120" y="480" as="geometry" />
        </mxCell>
        <mxCell id="4kvXDWAPBxVA_NMJ1HBV-20" parent="XGP6w65IYmNDbE1TMmtb-15" style="rounded=1;whiteSpace=wrap;html=1;glass=1;fillColor=#d5e8d4;strokeColor=#82b366;gradientColor=#97d077;" value="Estrutura de Dados" vertex="1">
          <mxGeometry height="60" width="120" y="590" as="geometry" />
        </mxCell>
        <mxCell id="4kvXDWAPBxVA_NMJ1HBV-21" parent="XGP6w65IYmNDbE1TMmtb-15" style="rounded=1;whiteSpace=wrap;html=1;glass=1;fillColor=#d5e8d4;strokeColor=#82b366;gradientColor=#97d077;" value="Probabilidade e Estatística Computacional" vertex="1">
          <mxGeometry height="60" width="120" y="700" as="geometry" />
        </mxCell>
        <mxCell id="4kvXDWAPBxVA_NMJ1HBV-22" parent="XGP6w65IYmNDbE1TMmtb-15" style="rounded=1;whiteSpace=wrap;html=1;glass=1;fillColor=#d5e8d4;strokeColor=#82b366;gradientColor=#97d077;" value="&lt;div&gt;Cálculo Diferencial e Integral II&lt;/div&gt;" vertex="1">
          <mxGeometry height="60" width="120" y="40" as="geometry" />
        </mxCell>
        <mxCell id="XGP6w65IYmNDbE1TMmtb-7" parent="XGP6w65IYmNDbE1TMmtb-15" style="text;strokeColor=none;align=center;fillColor=none;html=1;verticalAlign=middle;whiteSpace=wrap;rounded=0;" value="3° Semestre" vertex="1">
          <mxGeometry height="30" width="60" x="30" as="geometry" />
        </mxCell>
        <mxCell id="XGP6w65IYmNDbE1TMmtb-16" connectable="0" parent="1" style="group" value="" vertex="1">
          <mxGeometry height="760" width="120" x="640" y="250" as="geometry" />
        </mxCell>
        <mxCell id="4kvXDWAPBxVA_NMJ1HBV-23" parent="XGP6w65IYmNDbE1TMmtb-16" style="rounded=1;whiteSpace=wrap;html=1;glass=1;fillColor=#b1ddf0;strokeColor=#10739e;" value="Equações Diferenciais" vertex="1">
          <mxGeometry height="60" width="120" y="40" as="geometry" />
        </mxCell>
        <mxCell id="4kvXDWAPBxVA_NMJ1HBV-24" parent="XGP6w65IYmNDbE1TMmtb-16" style="rounded=1;whiteSpace=wrap;html=1;glass=1;fillColor=#d5e8d4;strokeColor=#82b366;gradientColor=#97d077;" value="&lt;div&gt;Física Geral e Experimental III&lt;/div&gt;" vertex="1">
          <mxGeometry height="60" width="120" y="150" as="geometry" />
        </mxCell>
-         <mxCell id="4kvXDWAPBxVA_NMJ1HBV-25" parent="XGP6w65IYmNDbE1TMmtb-16" style="rounded=1;whiteSpace=wrap;html=1;glass=1;fillColor=#b1ddf0;strokeColor=#10739e;" value="Cálculo Numérico" vertex="1">
+         <mxCell id="4kvXDWAPBxVA_NMJ1HBV-25" parent="XGP6w65IYmNDbE1TMmtb-16" style="rounded=1;whiteSpace=wrap;html=1;glass=1;fillColor=#f5f5f5;strokeColor=#666666;gradientColor=#b3b3b3;" value="Cálculo Numérico" vertex="1">
          <mxGeometry height="60" width="120" y="260" as="geometry" />
        </mxCell>
        <mxCell id="4kvXDWAPBxVA_NMJ1HBV-26" parent="XGP6w65IYmNDbE1TMmtb-16" style="rounded=1;whiteSpace=wrap;html=1;glass=1;fillColor=#d5e8d4;strokeColor=#82b366;gradientColor=#97d077;" value="Banco de Dados" vertex="1">
          <mxGeometry height="60" width="120" y="370" as="geometry" />
        </mxCell>
        <mxCell id="4kvXDWAPBxVA_NMJ1HBV-27" parent="XGP6w65IYmNDbE1TMmtb-16" style="rounded=1;whiteSpace=wrap;html=1;glass=1;fillColor=#d5e8d4;strokeColor=#82b366;gradientColor=#97d077;" value="Programação Orientada a Objetos" vertex="1">
          <mxGeometry height="60" width="120" y="480" as="geometry" />
        </mxCell>
        <mxCell id="4kvXDWAPBxVA_NMJ1HBV-28" parent="XGP6w65IYmNDbE1TMmtb-16" style="rounded=1;whiteSpace=wrap;html=1;glass=1;fillColor=#d5e8d4;strokeColor=#82b366;gradientColor=#97d077;" value="Matemática Discreta e Teoria dos Grafos" vertex="1">
          <mxGeometry height="60" width="120" y="590" as="geometry" />
        </mxCell>
        <mxCell id="4kvXDWAPBxVA_NMJ1HBV-29" parent="XGP6w65IYmNDbE1TMmtb-16" style="rounded=1;whiteSpace=wrap;html=1;glass=1;fillColor=#b1ddf0;strokeColor=#10739e;" value="Transmissão e Comunicação de Dados" vertex="1">
          <mxGeometry height="60" width="120" y="700" as="geometry" />
        </mxCell>
        <mxCell id="XGP6w65IYmNDbE1TMmtb-8" parent="XGP6w65IYmNDbE1TMmtb-16" style="text;strokeColor=none;align=center;fillColor=none;html=1;verticalAlign=middle;whiteSpace=wrap;rounded=0;" value="4° Semestre" vertex="1">
          <mxGeometry height="30" width="60" x="30" as="geometry" />
        </mxCell>
        <mxCell id="XGP6w65IYmNDbE1TMmtb-17" connectable="0" parent="1" style="group" value="" vertex="1">
          <mxGeometry height="760" width="120" x="840" y="250" as="geometry" />
        </mxCell>
        <mxCell id="4kvXDWAPBxVA_NMJ1HBV-30" parent="XGP6w65IYmNDbE1TMmtb-17" style="rounded=1;whiteSpace=wrap;html=1;glass=1;fillColor=#d5e8d4;strokeColor=#82b366;gradientColor=#97d077;" value="Ética Profissional" vertex="1">
          <mxGeometry height="60" width="120" y="40" as="geometry" />
        </mxCell>
        <mxCell id="4kvXDWAPBxVA_NMJ1HBV-31" parent="XGP6w65IYmNDbE1TMmtb-17" style="rounded=1;whiteSpace=wrap;html=1;glass=1;fillColor=#d5e8d4;strokeColor=#82b366;gradientColor=#97d077;" value="Circuitos Elétricos I" vertex="1">
          <mxGeometry height="60" width="120" y="150" as="geometry" />
        </mxCell>
        <mxCell id="4kvXDWAPBxVA_NMJ1HBV-32" parent="XGP6w65IYmNDbE1TMmtb-17" style="rounded=1;whiteSpace=wrap;html=1;glass=1;fillColor=#d5e8d4;strokeColor=#82b366;gradientColor=#97d077;" value="Laboratório de Circuitos Elétricos I" vertex="1">
          <mxGeometry height="60" width="120" y="260" as="geometry" />
        </mxCell>
        <mxCell id="4kvXDWAPBxVA_NMJ1HBV-33" parent="XGP6w65IYmNDbE1TMmtb-17" style="rounded=1;whiteSpace=wrap;html=1;glass=1;fillColor=#d5e8d4;strokeColor=#82b366;gradientColor=#97d077;" value="Extensão I" vertex="1">
          <mxGeometry height="60" width="120" y="370" as="geometry" />
        </mxCell>
        <mxCell id="4kvXDWAPBxVA_NMJ1HBV-34" parent="XGP6w65IYmNDbE1TMmtb-17" style="rounded=1;whiteSpace=wrap;html=1;glass=1;fillColor=#d5e8d4;strokeColor=#82b366;gradientColor=#97d077;" value="Engenharia de Software" vertex="1">
          <mxGeometry height="60" width="120" y="480" as="geometry" />
        </mxCell>
        <mxCell id="4kvXDWAPBxVA_NMJ1HBV-35" parent="XGP6w65IYmNDbE1TMmtb-17" style="rounded=1;whiteSpace=wrap;html=1;glass=1;fillColor=#d5e8d4;strokeColor=#82b366;gradientColor=#97d077;" value="Programação Web" vertex="1">
          <mxGeometry height="60" width="120" y="590" as="geometry" />
        </mxCell>
        <mxCell id="4kvXDWAPBxVA_NMJ1HBV-36" parent="XGP6w65IYmNDbE1TMmtb-17" style="rounded=1;whiteSpace=wrap;html=1;glass=1;fillColor=#d5e8d4;strokeColor=#82b366;gradientColor=#97d077;" value="Compiladores" vertex="1">
          <mxGeometry height="60" width="120" y="700" as="geometry" />
        </mxCell>
        <mxCell id="XGP6w65IYmNDbE1TMmtb-9" parent="XGP6w65IYmNDbE1TMmtb-17" style="text;strokeColor=none;align=center;fillColor=none;html=1;verticalAlign=middle;whiteSpace=wrap;rounded=0;" value="5° Semestre" vertex="1">
          <mxGeometry height="30" width="60" x="30" as="geometry" />
        </mxCell>
        <mxCell id="XGP6w65IYmNDbE1TMmtb-18" connectable="0" parent="1" style="group" value="" vertex="1">
          <mxGeometry height="760" width="120" x="1040" y="250" as="geometry" />
        </mxCell>
-         <mxCell id="4kvXDWAPBxVA_NMJ1HBV-37" parent="XGP6w65IYmNDbE1TMmtb-18" style="rounded=1;whiteSpace=wrap;html=1;glass=1;fillColor=#b1ddf0;strokeColor=#10739e;" value="Laboratório de Circuitos Elétricos II" vertex="1">
+         <mxCell id="4kvXDWAPBxVA_NMJ1HBV-37" parent="XGP6w65IYmNDbE1TMmtb-18" style="rounded=1;whiteSpace=wrap;html=1;glass=1;fillColor=#f5f5f5;strokeColor=#666666;gradientColor=#b3b3b3;" value="Laboratório de Circuitos Elétricos II" vertex="1">
          <mxGeometry height="60" width="120" y="40" as="geometry" />
        </mxCell>
        <mxCell id="4kvXDWAPBxVA_NMJ1HBV-38" parent="XGP6w65IYmNDbE1TMmtb-18" style="rounded=1;whiteSpace=wrap;html=1;glass=1;fillColor=#fad7ac;strokeColor=#b46504;" value="Sinais e Sistemas Lineares" vertex="1">
          <mxGeometry height="60" width="120" y="150" as="geometry" />
        </mxCell>
-         <mxCell id="4kvXDWAPBxVA_NMJ1HBV-39" parent="XGP6w65IYmNDbE1TMmtb-18" style="rounded=1;whiteSpace=wrap;html=1;glass=1;fillColor=#b1ddf0;strokeColor=#10739e;" value="Circuitos Elétricos II" vertex="1">
+         <mxCell id="4kvXDWAPBxVA_NMJ1HBV-39" parent="XGP6w65IYmNDbE1TMmtb-18" style="rounded=1;whiteSpace=wrap;html=1;glass=1;fillColor=#f5f5f5;strokeColor=#666666;gradientColor=#b3b3b3;" value="Circuitos Elétricos II" vertex="1">
          <mxGeometry height="60" width="120" y="260" as="geometry" />
        </mxCell>
        <mxCell id="4kvXDWAPBxVA_NMJ1HBV-40" parent="XGP6w65IYmNDbE1TMmtb-18" style="rounded=1;whiteSpace=wrap;html=1;glass=1;fillColor=#b1ddf0;strokeColor=#10739e;" value="Eletrônica Analógica I&lt;br&gt;&lt;font style=&quot;font-size: 10px;&quot;&gt;(Eletrônica I)&lt;/font&gt;" vertex="1">
          <mxGeometry height="60" width="120" y="370" as="geometry" />
        </mxCell>
        <mxCell id="4kvXDWAPBxVA_NMJ1HBV-41" parent="XGP6w65IYmNDbE1TMmtb-18" style="rounded=1;whiteSpace=wrap;html=1;glass=1;fillColor=#fff2cc;strokeColor=#d6b656;gradientColor=#ffd966;" value="Análise e Projeto de Sistemas Computacionais" vertex="1">
          <mxGeometry height="60" width="120" y="480" as="geometry" />
        </mxCell>
-         <mxCell id="4kvXDWAPBxVA_NMJ1HBV-42" parent="XGP6w65IYmNDbE1TMmtb-18" style="rounded=1;whiteSpace=wrap;html=1;glass=1;fillColor=#b1ddf0;strokeColor=#10739e;" value="Inteligência Artificial" vertex="1">
+         <mxCell id="4kvXDWAPBxVA_NMJ1HBV-42" parent="XGP6w65IYmNDbE1TMmtb-18" style="rounded=1;whiteSpace=wrap;html=1;glass=1;fillColor=#f5f5f5;strokeColor=#666666;gradientColor=#b3b3b3;" value="Inteligência Artificial" vertex="1">
          <mxGeometry height="60" width="120" y="590" as="geometry" />
        </mxCell>
        <mxCell id="4kvXDWAPBxVA_NMJ1HBV-43" parent="XGP6w65IYmNDbE1TMmtb-18" style="rounded=1;whiteSpace=wrap;html=1;glass=1;fillColor=#fad7ac;strokeColor=#b46504;" value="Redes de Computadores" vertex="1">
          <mxGeometry height="60" width="120" y="700" as="geometry" />
        </mxCell>
        <mxCell id="XGP6w65IYmNDbE1TMmtb-10" parent="XGP6w65IYmNDbE1TMmtb-18" style="text;strokeColor=none;align=center;fillColor=none;html=1;verticalAlign=middle;whiteSpace=wrap;rounded=0;" value="6° Semestre" vertex="1">
          <mxGeometry height="30" width="60" x="30" as="geometry" />
        </mxCell>
        <mxCell id="XGP6w65IYmNDbE1TMmtb-19" connectable="0" parent="1" style="group" value="" vertex="1">
          <mxGeometry height="760" width="120.5" x="1240.5" y="250" as="geometry" />
        </mxCell>
        <mxCell id="4kvXDWAPBxVA_NMJ1HBV-44" parent="XGP6w65IYmNDbE1TMmtb-19" style="rounded=1;whiteSpace=wrap;html=1;glass=1;" value="Controle de Sistemas Contínuos I" vertex="1">
          <mxGeometry height="60" width="120" x="0.5" y="40" as="geometry" />
        </mxCell>
        <mxCell id="4kvXDWAPBxVA_NMJ1HBV-45" parent="XGP6w65IYmNDbE1TMmtb-19" style="rounded=1;whiteSpace=wrap;html=1;glass=1;" value="Microcontroladores" vertex="1">
          <mxGeometry height="60" width="120" y="150" as="geometry" />
        </mxCell>
        <mxCell id="4kvXDWAPBxVA_NMJ1HBV-46" parent="XGP6w65IYmNDbE1TMmtb-19" style="rounded=1;whiteSpace=wrap;html=1;glass=1;" value="Extensão II" vertex="1">
          <mxGeometry height="60" width="120" y="270" as="geometry" />
        </mxCell>
        <mxCell id="4kvXDWAPBxVA_NMJ1HBV-47" parent="XGP6w65IYmNDbE1TMmtb-19" style="rounded=1;whiteSpace=wrap;html=1;glass=1;" value="Segurança do Trabalho" vertex="1">
          <mxGeometry height="60" width="120" x="0.5" y="380" as="geometry" />
        </mxCell>
        <mxCell id="4kvXDWAPBxVA_NMJ1HBV-48" parent="XGP6w65IYmNDbE1TMmtb-19" style="rounded=1;whiteSpace=wrap;html=1;glass=1;" value="Mineração de Dados" vertex="1">
          <mxGeometry height="60" width="120" x="0.5" y="480" as="geometry" />
        </mxCell>
        <mxCell id="4kvXDWAPBxVA_NMJ1HBV-49" parent="XGP6w65IYmNDbE1TMmtb-19" style="rounded=1;whiteSpace=wrap;html=1;glass=1;" value="Segurança de Sistemas de Computação" vertex="1">
          <mxGeometry height="60" width="120" x="0.5" y="590" as="geometry" />
        </mxCell>
        <mxCell id="4kvXDWAPBxVA_NMJ1HBV-50" parent="XGP6w65IYmNDbE1TMmtb-19" style="rounded=1;whiteSpace=wrap;html=1;glass=1;" value="Eletrônica Analógica II" vertex="1">
          <mxGeometry height="60" width="120" x="0.5" y="700" as="geometry" />
        </mxCell>
        <mxCell id="XGP6w65IYmNDbE1TMmtb-11" parent="XGP6w65IYmNDbE1TMmtb-19" style="text;strokeColor=none;align=center;fillColor=none;html=1;verticalAlign=middle;whiteSpace=wrap;rounded=0;" value="7° Semestre" vertex="1">
          <mxGeometry height="30" width="60" x="30" as="geometry" />
        </mxCell>
        <mxCell id="XGP6w65IYmNDbE1TMmtb-20" connectable="0" parent="1" style="group" value="" vertex="1">
          <mxGeometry height="610" width="120" x="1440" y="290" as="geometry" />
        </mxCell>
        <mxCell id="4kvXDWAPBxVA_NMJ1HBV-51" parent="XGP6w65IYmNDbE1TMmtb-20" style="rounded=1;whiteSpace=wrap;html=1;glass=1;" value="Processamento Digital de Sinais" vertex="1">
          <mxGeometry height="60" width="120" as="geometry" />
        </mxCell>
        <mxCell id="4kvXDWAPBxVA_NMJ1HBV-52" parent="XGP6w65IYmNDbE1TMmtb-20" style="rounded=1;whiteSpace=wrap;html=1;" value="Trabalho de Conclusão do Curso" vertex="1">
          <mxGeometry height="60" width="120" y="230" as="geometry" />
        </mxCell>
        <mxCell id="4kvXDWAPBxVA_NMJ1HBV-53" parent="XGP6w65IYmNDbE1TMmtb-20" style="rounded=1;whiteSpace=wrap;html=1;glass=1;" value="Administração" vertex="1">
          <mxGeometry height="60" width="120" y="340" as="geometry" />
        </mxCell>
        <mxCell id="4kvXDWAPBxVA_NMJ1HBV-54" parent="XGP6w65IYmNDbE1TMmtb-20" style="rounded=1;whiteSpace=wrap;html=1;glass=1;" value="Projeto de Sistemas Inteligentes" vertex="1">
          <mxGeometry height="60" width="120" y="440" as="geometry" />
        </mxCell>
        <mxCell id="4kvXDWAPBxVA_NMJ1HBV-55" parent="XGP6w65IYmNDbE1TMmtb-20" style="rounded=1;whiteSpace=wrap;html=1;glass=1;" value="Disciplina Eletiva" vertex="1">
          <mxGeometry height="60" width="120" y="550" as="geometry" />
        </mxCell>
        <mxCell id="XGP6w65IYmNDbE1TMmtb-21" edge="1" parent="1" source="4kvXDWAPBxVA_NMJ1HBV-17" style="edgeStyle=orthogonalEdgeStyle;rounded=0;orthogonalLoop=1;jettySize=auto;html=1;entryX=0;entryY=0.5;entryDx=0;entryDy=0;fillColor=#e51400;strokeColor=#B20000;jumpStyle=arc;" target="4kvXDWAPBxVA_NMJ1HBV-29">
          <mxGeometry relative="1" as="geometry">
            <Array as="points">
              <mxPoint x="590" y="550" />
              <mxPoint x="590" y="980" />
            </Array>
          </mxGeometry>
        </mxCell>
      </root>
    </mxGraphModel>
  </diagram>
</mxfile>
